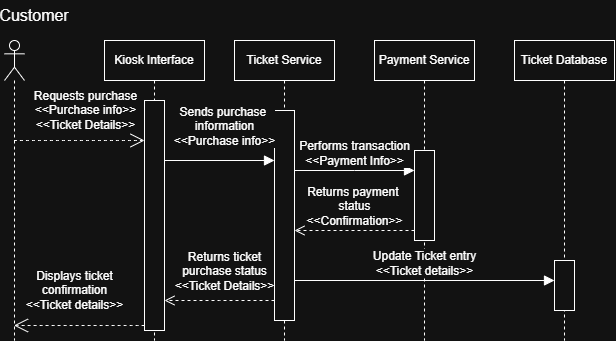
Before: diagrams/sequencediagram.drawio.png, a diagram exported from draw.io (JaviEManzanoBlanco/HW1-Movie-Kiosk). Source tidied: cells renumbered, new cells last; positions are measured from the earlier drawing's top-left corner, leaving out a move shared by most shapes. Source of this version:
```xml
<mxGraphModel>
  <root>
    <mxCell id="0" />
    <mxCell id="1" parent="0" />
    <mxCell id="2" style="shape=umlLifeline;perimeter=lifelinePerimeter;whiteSpace=wrap;html=1;outlineConnect=0;portConstraint=eastwest;newEdgeStyle={&quot;edgeStyle&quot;:&quot;sequenceEdgeStyle&quot;,&quot;libavoidRouting&quot;:0,&quot;curved&quot;:0,&quot;rounded&quot;:0};participant=umlActor;" parent="1" vertex="1">
      <mxGeometry y="40" width="20" height="300" as="geometry" />
    </mxCell>
    <mxCell id="3" value="Kiosk Interface" style="shape=umlLifeline;perimeter=lifelinePerimeter;whiteSpace=wrap;html=1;newEdgeStyle={&quot;edgeStyle&quot;:&quot;sequenceEdgeStyle&quot;,&quot;libavoidRouting&quot;:0,&quot;curved&quot;:0,&quot;rounded&quot;:0};" parent="1" vertex="1">
      <mxGeometry x="100" y="40" width="100" height="300" as="geometry" />
    </mxCell>
    <mxCell id="4" style="html=1;points=[[0,0,0,0,5],[0,1,0,0,-5],[1,0,0,0,5],[1,1,0,0,-5]];perimeter=orthogonalPerimeter;outlineConnect=0;targetShapes=umlLifeline;portConstraint=eastwest;newEdgeStyle={&quot;edgeStyle&quot;:&quot;sequenceEdgeStyle&quot;,&quot;libavoidRouting&quot;:0,&quot;curved&quot;:0,&quot;rounded&quot;:0};" parent="3" vertex="1">
      <mxGeometry x="40" y="60" width="20" height="230" as="geometry" />
    </mxCell>
    <mxCell id="5" value="Ticket Service" style="shape=umlLifeline;perimeter=lifelinePerimeter;whiteSpace=wrap;html=1;newEdgeStyle={&quot;edgeStyle&quot;:&quot;sequenceEdgeStyle&quot;,&quot;libavoidRouting&quot;:0,&quot;curved&quot;:0,&quot;rounded&quot;:0};" parent="1" vertex="1">
      <mxGeometry x="230" y="40" width="100" height="300" as="geometry" />
    </mxCell>
    <mxCell id="6" style="html=1;points=[[0,0,0,0,5],[0,1,0,0,-5],[1,0,0,0,5],[1,1,0,0,-5]];perimeter=orthogonalPerimeter;outlineConnect=0;targetShapes=umlLifeline;portConstraint=eastwest;newEdgeStyle={&quot;edgeStyle&quot;:&quot;sequenceEdgeStyle&quot;,&quot;libavoidRouting&quot;:0,&quot;curved&quot;:0,&quot;rounded&quot;:0};" parent="5" vertex="1">
      <mxGeometry x="40" y="70" width="20" height="210" as="geometry" />
    </mxCell>
    <mxCell id="7" value="Ticket Database" style="shape=umlLifeline;perimeter=lifelinePerimeter;whiteSpace=wrap;html=1;newEdgeStyle={&quot;edgeStyle&quot;:&quot;sequenceEdgeStyle&quot;,&quot;libavoidRouting&quot;:0,&quot;curved&quot;:0,&quot;rounded&quot;:0};" parent="1" vertex="1">
      <mxGeometry x="510" y="40" width="100" height="300" as="geometry" />
    </mxCell>
    <mxCell id="8" style="html=1;points=[[0,0,0,0,5],[0,1,0,0,-5],[1,0,0,0,5],[1,1,0,0,-5]];perimeter=orthogonalPerimeter;outlineConnect=0;targetShapes=umlLifeline;portConstraint=eastwest;newEdgeStyle={&quot;edgeStyle&quot;:&quot;sequenceEdgeStyle&quot;,&quot;libavoidRouting&quot;:0,&quot;curved&quot;:0,&quot;rounded&quot;:0};" parent="7" vertex="1">
      <mxGeometry x="40" y="220" width="20" height="50" as="geometry" />
    </mxCell>
    <mxCell id="9" value="Payment Service" style="shape=umlLifeline;perimeter=lifelinePerimeter;whiteSpace=wrap;html=1;newEdgeStyle={&quot;edgeStyle&quot;:&quot;sequenceEdgeStyle&quot;,&quot;libavoidRouting&quot;:0,&quot;curved&quot;:0,&quot;rounded&quot;:0};" parent="1" vertex="1">
      <mxGeometry x="370" y="40" width="100" height="300" as="geometry" />
    </mxCell>
    <mxCell id="10" style="html=1;points=[[0,0,0,0,5],[0,1,0,0,-5],[1,0,0,0,5],[1,1,0,0,-5]];perimeter=orthogonalPerimeter;outlineConnect=0;targetShapes=umlLifeline;portConstraint=eastwest;newEdgeStyle={&quot;edgeStyle&quot;:&quot;sequenceEdgeStyle&quot;,&quot;libavoidRouting&quot;:0,&quot;curved&quot;:0,&quot;rounded&quot;:0};" parent="9" vertex="1">
      <mxGeometry x="40" y="110" width="20" height="90" as="geometry" />
    </mxCell>
    <mxCell id="11" value="Customer" style="text;html=1;whiteSpace=wrap;strokeColor=none;fillColor=none;align=center;verticalAlign=middle;rounded=0;fontSize=16;" parent="1" vertex="1">
      <mxGeometry width="60" height="30" as="geometry" />
    </mxCell>
    <mxCell id="12" value="&lt;div&gt;Requests purchase&lt;/div&gt;&amp;lt;&amp;lt;Purchase info&lt;span style=&quot;background-color: light-dark(#ffffff, var(--ge-dark-color, #121212)); color: light-dark(rgb(0, 0, 0), rgb(255, 255, 255));&quot;&gt;&amp;gt;&amp;gt;&lt;/span&gt;&lt;div&gt;&lt;span style=&quot;background-color: light-dark(#ffffff, var(--ge-dark-color, #121212)); color: light-dark(rgb(0, 0, 0), rgb(255, 255, 255));&quot;&gt;&amp;lt;&amp;lt;Ticket Details&amp;gt;&amp;gt;&lt;/span&gt;&lt;/div&gt;" style="endArrow=open;endSize=12;dashed=1;html=1;rounded=0;fontSize=12;curved=1;entryX=0;entryY=0;entryDx=0;entryDy=5;entryPerimeter=0;" parent="1" edge="1">
      <mxGeometry x="0.08" y="30" relative="1" as="geometry">
        <mxPoint x="9.5" y="140" as="sourcePoint" />
        <mxPoint x="140" y="140" as="targetPoint" />
      </mxGeometry>
    </mxCell>
    <mxCell id="13" value="&lt;div&gt;Returns ticket&lt;/div&gt;&lt;div&gt;purchase status&lt;/div&gt;&amp;lt;&amp;lt;Ticket Details&amp;gt;&amp;gt;" style="html=1;verticalAlign=bottom;endArrow=open;dashed=1;endSize=8;edgeStyle=sequenceEdgeStyle;libavoidRouting=0;curved=0;rounded=0;exitX=0;exitY=1;exitDx=0;exitDy=-20;fontSize=12;" parent="1" edge="1" source="6">
      <mxGeometry x="-0.09" y="-5" relative="1" as="geometry">
        <mxPoint x="160" y="300" as="targetPoint" />
        <Array as="points">
          <mxPoint x="215" y="300" />
        </Array>
      </mxGeometry>
    </mxCell>
    <mxCell id="14" value="&lt;div&gt;Sends purchase&amp;nbsp;&lt;/div&gt;&lt;div&gt;information&lt;/div&gt;&amp;lt;&amp;lt;Purchase info&amp;gt;&amp;gt;" style="html=1;verticalAlign=bottom;endArrow=block;edgeStyle=sequenceEdgeStyle;libavoidRouting=0;curved=0;rounded=0;entryX=0;entryY=0;entryDx=0;entryDy=50;fontSize=12;startSize=8;endSize=8;" parent="1" edge="1" target="6">
      <mxGeometry x="0.09" y="10" relative="1" as="geometry">
        <mxPoint x="160" y="160" as="sourcePoint" />
      </mxGeometry>
    </mxCell>
    <mxCell id="15" value="&lt;div&gt;Returns payment&amp;nbsp;&lt;/div&gt;&lt;div&gt;status&lt;/div&gt;&amp;lt;&amp;lt;Confirmation&amp;gt;&amp;gt;" style="html=1;verticalAlign=bottom;endArrow=open;dashed=1;endSize=8;edgeStyle=sequenceEdgeStyle;libavoidRouting=0;curved=0;rounded=0;exitX=0;exitY=1;exitDx=0;exitDy=-10;fontSize=12;" parent="1" edge="1" source="10" target="6">
      <mxGeometry relative="1" as="geometry">
        <Array as="points">
          <mxPoint x="350" y="200" />
        </Array>
      </mxGeometry>
    </mxCell>
    <mxCell id="16" value="&lt;div&gt;Performs transaction&lt;/div&gt;&amp;lt;&amp;lt;Payment Info&amp;gt;&amp;gt;" style="html=1;verticalAlign=bottom;endArrow=block;edgeStyle=sequenceEdgeStyle;libavoidRouting=0;curved=0;rounded=0;entryX=0;entryY=0;entryDx=0;entryDy=20;fontSize=12;startSize=8;endSize=8;" parent="1" edge="1" source="6" target="10">
      <mxGeometry relative="1" as="geometry">
        <Array as="points">
          <mxPoint x="345" y="180" />
        </Array>
      </mxGeometry>
    </mxCell>
    <mxCell id="17" value="&lt;div&gt;Update Ticket entry&lt;/div&gt;&amp;lt;&amp;lt;Ticket details&amp;gt;&amp;gt;" style="html=1;verticalAlign=bottom;endArrow=block;edgeStyle=sequenceEdgeStyle;libavoidRouting=0;curved=0;rounded=0;entryX=0;entryY=0;entryDx=0;entryDy=20;fontSize=12;startSize=8;endSize=8;" parent="1" edge="1" source="6" target="8">
      <mxGeometry relative="1" as="geometry">
        <Array as="points">
          <mxPoint x="420" y="280" />
        </Array>
      </mxGeometry>
    </mxCell>
    <mxCell id="18" value="&lt;div&gt;Displays ticket&lt;/div&gt;&lt;div&gt;confirmation&lt;/div&gt;&amp;lt;&amp;lt;Ticket details&amp;gt;&amp;gt;" style="endArrow=open;endSize=12;dashed=1;html=1;rounded=0;fontSize=12;curved=1;exitX=0;exitY=1;exitDx=0;exitDy=-5;exitPerimeter=0;" parent="1" edge="1" source="4" target="2">
      <mxGeometry x="0.07" y="-35" relative="1" as="geometry" />
    </mxCell>
  </root>
</mxGraphModel>
```
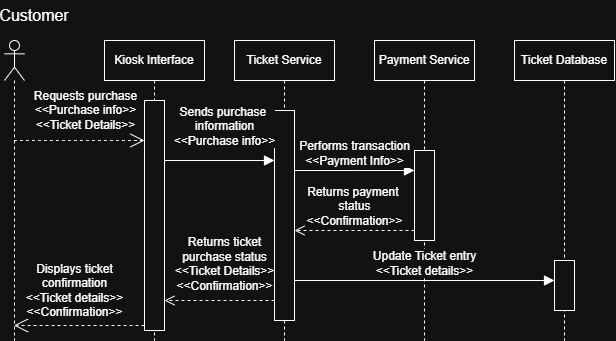
The same file after the commit.

Commit message:
Adding drawio Files and updated sequence diagram

What changed in the source:
```diff
@@ -38,7 +38,7 @@
         <mxPoint x="140" y="140" as="targetPoint" />
       </mxGeometry>
     </mxCell>
-    <mxCell id="13" value="&lt;div&gt;Returns ticket&lt;/div&gt;&lt;div&gt;purchase status&lt;/div&gt;&amp;lt;&amp;lt;Ticket Details&amp;gt;&amp;gt;" style="html=1;verticalAlign=bottom;endArrow=open;dashed=1;endSize=8;edgeStyle=sequenceEdgeStyle;libavoidRouting=0;curved=0;rounded=0;exitX=0;exitY=1;exitDx=0;exitDy=-20;fontSize=12;" parent="1" edge="1" source="6">
+    <mxCell id="13" value="&lt;div&gt;Returns ticket&lt;/div&gt;&lt;div&gt;purchase status&lt;/div&gt;&amp;lt;&amp;lt;Ticket Details&amp;gt;&amp;gt;&lt;div&gt;&amp;lt;&amp;lt;Confirmation&amp;gt;&amp;gt;&lt;/div&gt;" style="html=1;verticalAlign=bottom;endArrow=open;dashed=1;endSize=8;edgeStyle=sequenceEdgeStyle;libavoidRouting=0;curved=0;rounded=0;exitX=0;exitY=1;exitDx=0;exitDy=-20;fontSize=12;" parent="1" edge="1" source="6">
       <mxGeometry x="-0.09" y="-5" relative="1" as="geometry">
         <mxPoint x="160" y="300" as="targetPoint" />
         <Array as="points">
@@ -72,7 +72,7 @@
         </Array>
       </mxGeometry>
     </mxCell>
-    <mxCell id="18" value="&lt;div&gt;Displays ticket&lt;/div&gt;&lt;div&gt;confirmation&lt;/div&gt;&amp;lt;&amp;lt;Ticket details&amp;gt;&amp;gt;" style="endArrow=open;endSize=12;dashed=1;html=1;rounded=0;fontSize=12;curved=1;exitX=0;exitY=1;exitDx=0;exitDy=-5;exitPerimeter=0;" parent="1" edge="1" source="4" target="2">
+    <mxCell id="18" value="&lt;div&gt;Displays ticket&lt;/div&gt;&lt;div&gt;confirmation&lt;/div&gt;&amp;lt;&amp;lt;Ticket details&amp;gt;&amp;gt;&lt;div&gt;&amp;lt;&amp;lt;Confirmation&amp;gt;&amp;gt;&lt;/div&gt;" style="endArrow=open;endSize=12;dashed=1;html=1;rounded=0;fontSize=12;curved=1;exitX=0;exitY=1;exitDx=0;exitDy=-5;exitPerimeter=0;" parent="1" edge="1" source="4" target="2">
       <mxGeometry x="0.07" y="-35" relative="1" as="geometry" />
     </mxCell>
   </root>
```
